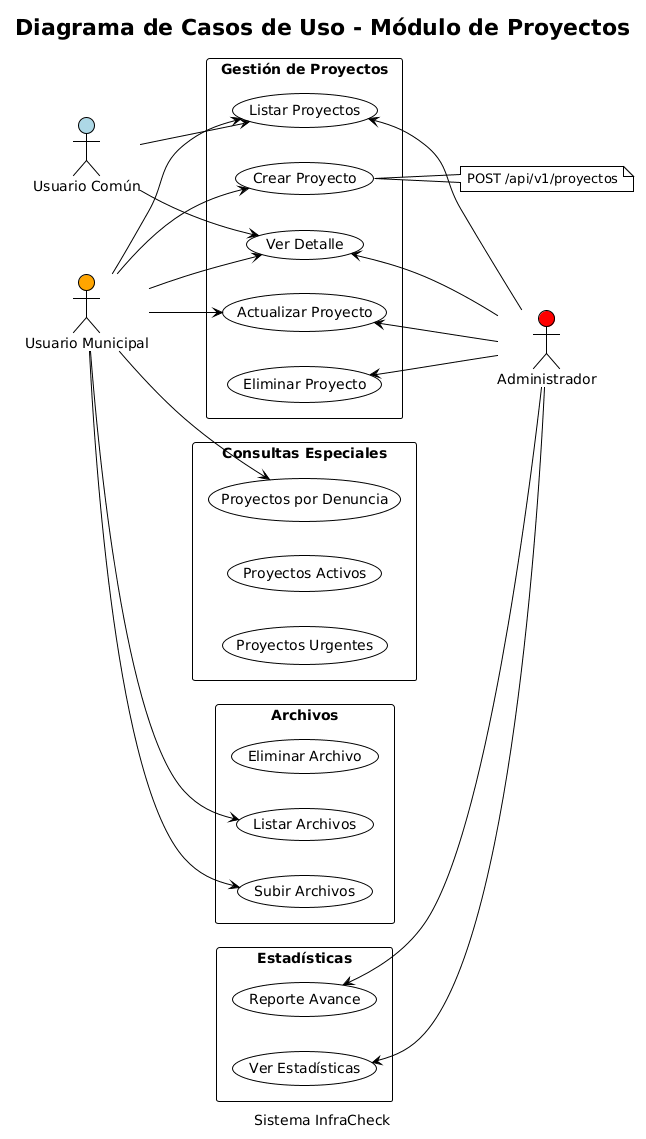
Linich14/G3-INFO1173-Infracheck keeps this PlantUML diagram as images/diagramas_plantuml/CASOUSO_PROYECTOS.png. Above is the earlier version.
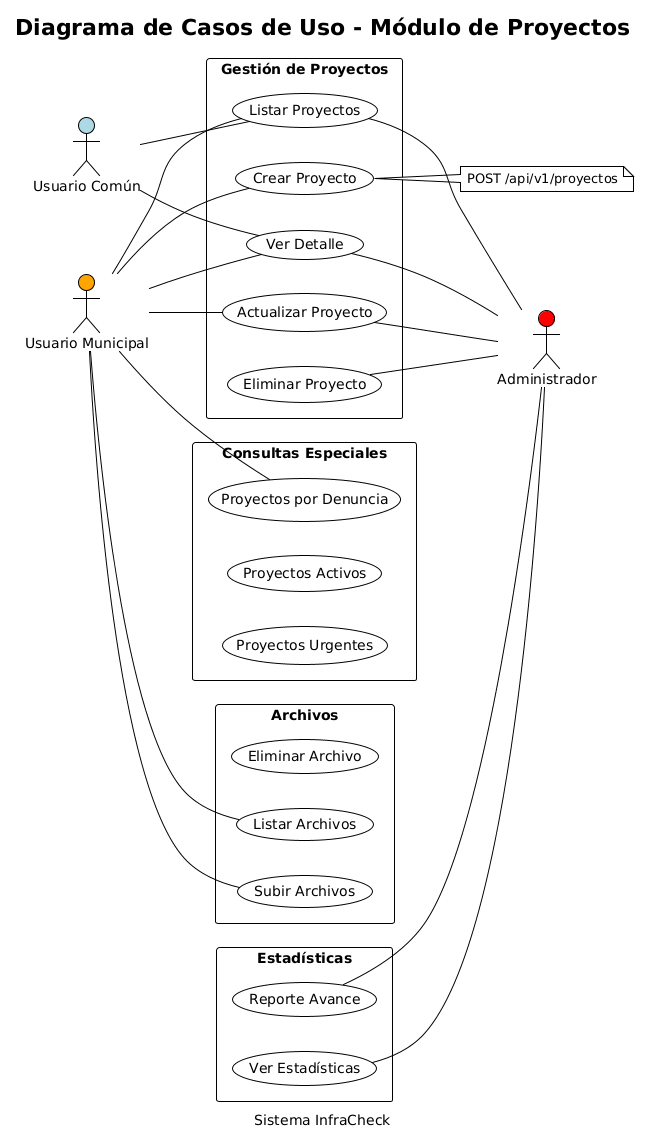
The same diagram one commit later.

Change to the diagram source:
```diff
@@ -40,23 +40,23 @@
 actor "Administrador" as admin #Red
 
 
-municipal --> UC1
-municipal --> UC2
-municipal --> UC3
-municipal --> UC4
-municipal --> UC8
-municipal --> UC9
-municipal --> UC10
+municipal -- UC1
+municipal -- UC2
+municipal -- UC3
+municipal -- UC4
+municipal -- UC8
+municipal -- UC9
+municipal -- UC10
 
-usuario --> UC2
-usuario --> UC3
+usuario -- UC2
+usuario -- UC3
 
-UC2 <-- admin
-UC3 <-- admin
-UC4 <-- admin
-UC5 <-- admin
-UC12 <-- admin
-UC13 <-- admin
+UC2 -- admin
+UC3 -- admin
+UC4 -- admin
+UC5 -- admin
+UC12 -- admin
+UC13 -- admin
 
 
 note right of UC1
```
